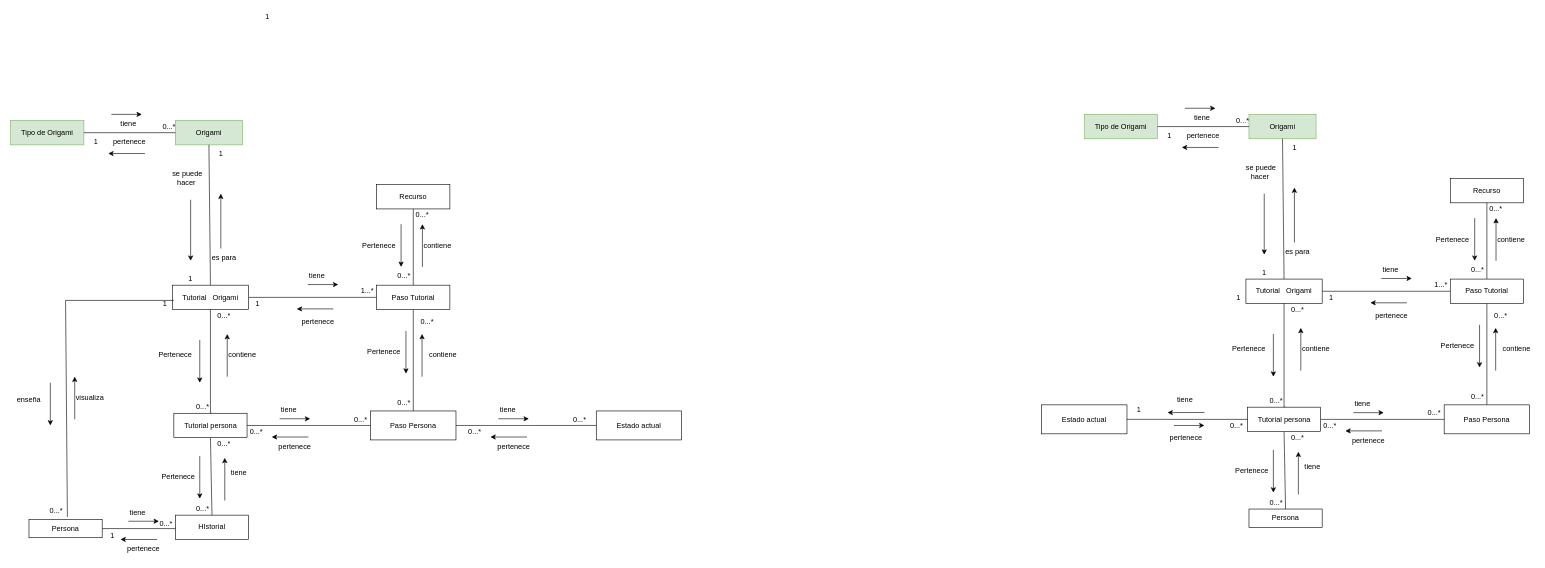
Before: ModeloDeDominio3D.drawio in andrescastillo1996/documentacionMundoOrigami, a draw.io diagram. Source tidied: cells renumbered, new cells numbered last; positions are measured from the earlier drawing's top-left corner, leaving out a move shared by most shapes. Both pictures are drawn from the tidied source at 61%, with x=0, y=0 at pixel (10, 10).
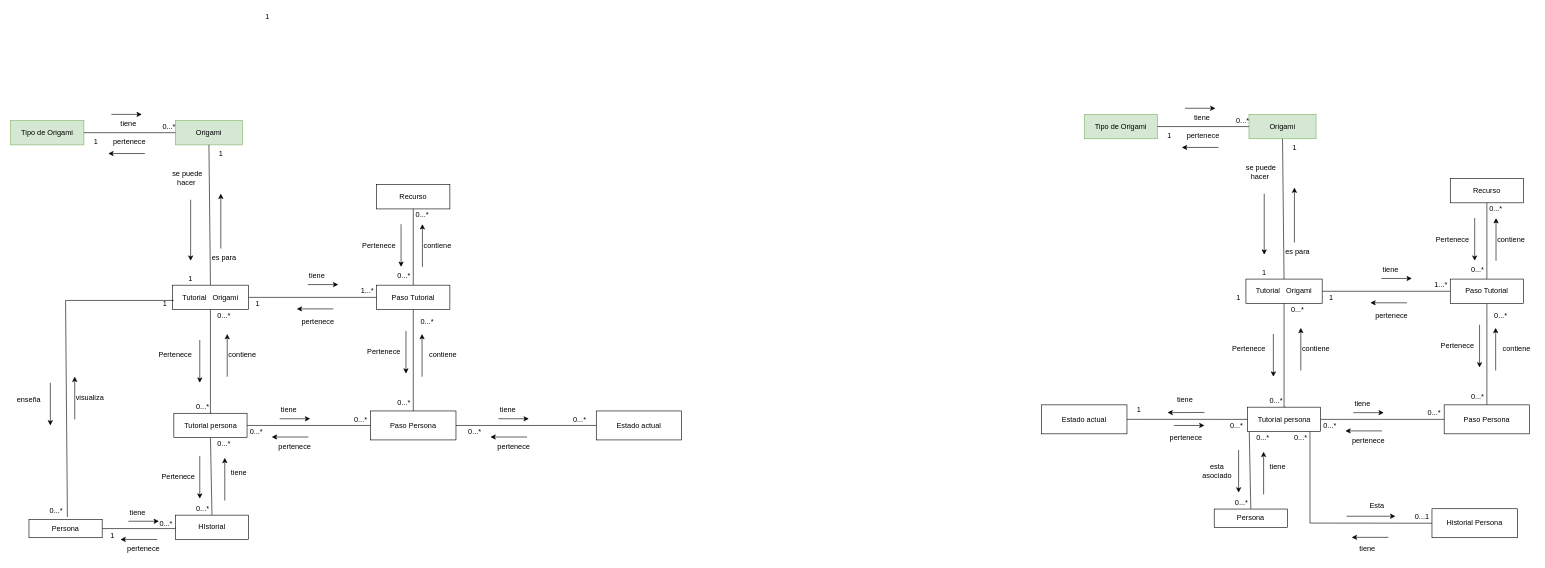
Above is the later version.

The change refers to these unchanged cells:
```xml
<mxCell id="123" value="Tutorial persona" style="rounded=0;whiteSpace=wrap;html=1;" parent="1" vertex="1">
  <mxGeometry x="2027.5" y="650" width="120" height="40" as="geometry" />
</mxCell>
```

Diff of the diagram source:
```diff
@@
     <mxCell id="95" value="Persona" style="rounded=0;whiteSpace=wrap;html=1;" parent="1" vertex="1">
-      <mxGeometry x="2030" y="817" width="120" height="30" as="geometry" />
+      <mxGeometry x="1973" y="817" width="120" height="30" as="geometry" />
     </mxCell>
@@
-    <mxCell id="99" style="endArrow=none;html=1;rounded=0;entryX=0.5;entryY=1;entryDx=0;entryDy=0;exitX=1;exitY=1;exitDx=0;exitDy=0;" parent="1" edge="1" source="164" target="123">
-      <mxGeometry relative="1" as="geometry" />
+    <mxCell id="99" style="endArrow=none;html=1;rounded=0;entryX=0.5;entryY=1;entryDx=0;entryDy=0;exitX=1;exitY=1;exitDx=0;exitDy=0;" parent="1" edge="1" source="164">
+      <mxGeometry relative="1" as="geometry">
+        <mxPoint x="2030.5" y="690" as="targetPoint" />
+      </mxGeometry>
     </mxCell>
@@
     <mxCell id="112" style="endArrow=classic;html=1;rounded=0;" parent="1" edge="1">
       <mxGeometry relative="1" as="geometry">
-        <mxPoint x="2111" y="793" as="sourcePoint" />
-        <mxPoint x="2111" y="723" as="targetPoint" />
+        <mxPoint x="2054" y="793" as="sourcePoint" />
+        <mxPoint x="2054" y="723" as="targetPoint" />
       </mxGeometry>
     </mxCell>
     <mxCell id="113" style="endArrow=classic;html=1;rounded=0;" parent="1" edge="1">
       <mxGeometry relative="1" as="geometry">
-        <mxPoint x="2070" y="720" as="sourcePoint" />
-        <mxPoint x="2070" y="790" as="targetPoint" />
+        <mxPoint x="2013" y="720" as="sourcePoint" />
+        <mxPoint x="2013" y="790" as="targetPoint" />
       </mxGeometry>
     </mxCell>
-    <mxCell id="114" value="Pertenece" style="text;html=1;strokeColor=none;fillColor=none;align=center;verticalAlign=middle;whiteSpace=wrap;rounded=0;" parent="1" vertex="1">
-      <mxGeometry x="2005" y="740" width="60" height="30" as="geometry" />
+    <mxCell id="114" value="esta asociado" style="text;html=1;strokeColor=none;fillColor=none;align=center;verticalAlign=middle;whiteSpace=wrap;rounded=0;" parent="1" vertex="1">
+      <mxGeometry x="1948" y="740" width="60" height="30" as="geometry" />
     </mxCell>
     <mxCell id="115" value="tiene&amp;nbsp;" style="text;html=1;strokeColor=none;fillColor=none;align=center;verticalAlign=middle;whiteSpace=wrap;rounded=0;" parent="1" vertex="1">
-      <mxGeometry x="2106" y="733" width="60" height="30" as="geometry" />
+      <mxGeometry x="2049" y="733" width="60" height="30" as="geometry" />
     </mxCell>
@@
     <mxCell id="124" value="0...*" style="text;html=1;strokeColor=none;fillColor=none;align=center;verticalAlign=middle;whiteSpace=wrap;rounded=0;" parent="1" vertex="1">
-      <mxGeometry x="2095" y="690" width="30" height="20" as="geometry" />
+      <mxGeometry x="2038" y="690" width="30" height="20" as="geometry" />
     </mxCell>
@@
     <mxCell id="164" value="0...*" style="text;html=1;strokeColor=none;fillColor=none;align=center;verticalAlign=middle;whiteSpace=wrap;rounded=0;" parent="1" vertex="1">
-      <mxGeometry x="2060" y="797" width="30" height="20" as="geometry" />
+      <mxGeometry x="2003" y="797" width="30" height="20" as="geometry" />
     </mxCell>
+    <mxCell id="165" value="Historial Persona" style="rounded=0;whiteSpace=wrap;html=1;" parent="1" vertex="1">
+      <mxGeometry x="2330" y="816.5" width="140" height="47.5" as="geometry" />
+    </mxCell>
+    <mxCell id="166" style="endArrow=none;html=1;rounded=0;entryX=0;entryY=0.5;entryDx=0;entryDy=0;" parent="1" edge="1" target="165">
+      <mxGeometry relative="1" as="geometry">
+        <mxPoint x="2130" y="690" as="sourcePoint" />
+        <Array as="points">
+          <mxPoint x="2130" y="840" />
+        </Array>
+      </mxGeometry>
+    </mxCell>
+    <mxCell id="167" style="endArrow=classic;html=1;rounded=0;" parent="1" edge="1">
+      <mxGeometry relative="1" as="geometry">
+        <mxPoint x="2258.5" y="863.4" as="sourcePoint" />
+        <mxPoint x="2198.5" y="863.4" as="targetPoint" />
+      </mxGeometry>
+    </mxCell>
+    <mxCell id="168" value="0...*" style="text;html=1;strokeColor=none;fillColor=none;align=center;verticalAlign=middle;whiteSpace=wrap;rounded=0;" parent="1" vertex="1">
+      <mxGeometry x="2100" y="690" width="30" height="20" as="geometry" />
+    </mxCell>
+    <mxCell id="169" value="tiene&amp;nbsp;" style="text;html=1;strokeColor=none;fillColor=none;align=center;verticalAlign=middle;whiteSpace=wrap;rounded=0;" parent="1" vertex="1">
+      <mxGeometry x="2196" y="867" width="60" height="30" as="geometry" />
+    </mxCell>
+    <mxCell id="170" value="Esta" style="text;html=1;strokeColor=none;fillColor=none;align=center;verticalAlign=middle;whiteSpace=wrap;rounded=0;" parent="1" vertex="1">
+      <mxGeometry x="2210" y="797" width="60" height="30" as="geometry" />
+    </mxCell>
+    <mxCell id="171" style="endArrow=classic;html=1;rounded=0;" parent="1" edge="1">
+      <mxGeometry relative="1" as="geometry">
+        <mxPoint x="2190" y="828.8" as="sourcePoint" />
+        <mxPoint x="2270" y="828.8" as="targetPoint" />
+      </mxGeometry>
+    </mxCell>
+    <mxCell id="172" value="0...1" style="text;html=1;strokeColor=none;fillColor=none;align=center;verticalAlign=middle;whiteSpace=wrap;rounded=0;" parent="1" vertex="1">
+      <mxGeometry x="2299" y="820" width="30" height="20" as="geometry" />
+    </mxCell>
```
